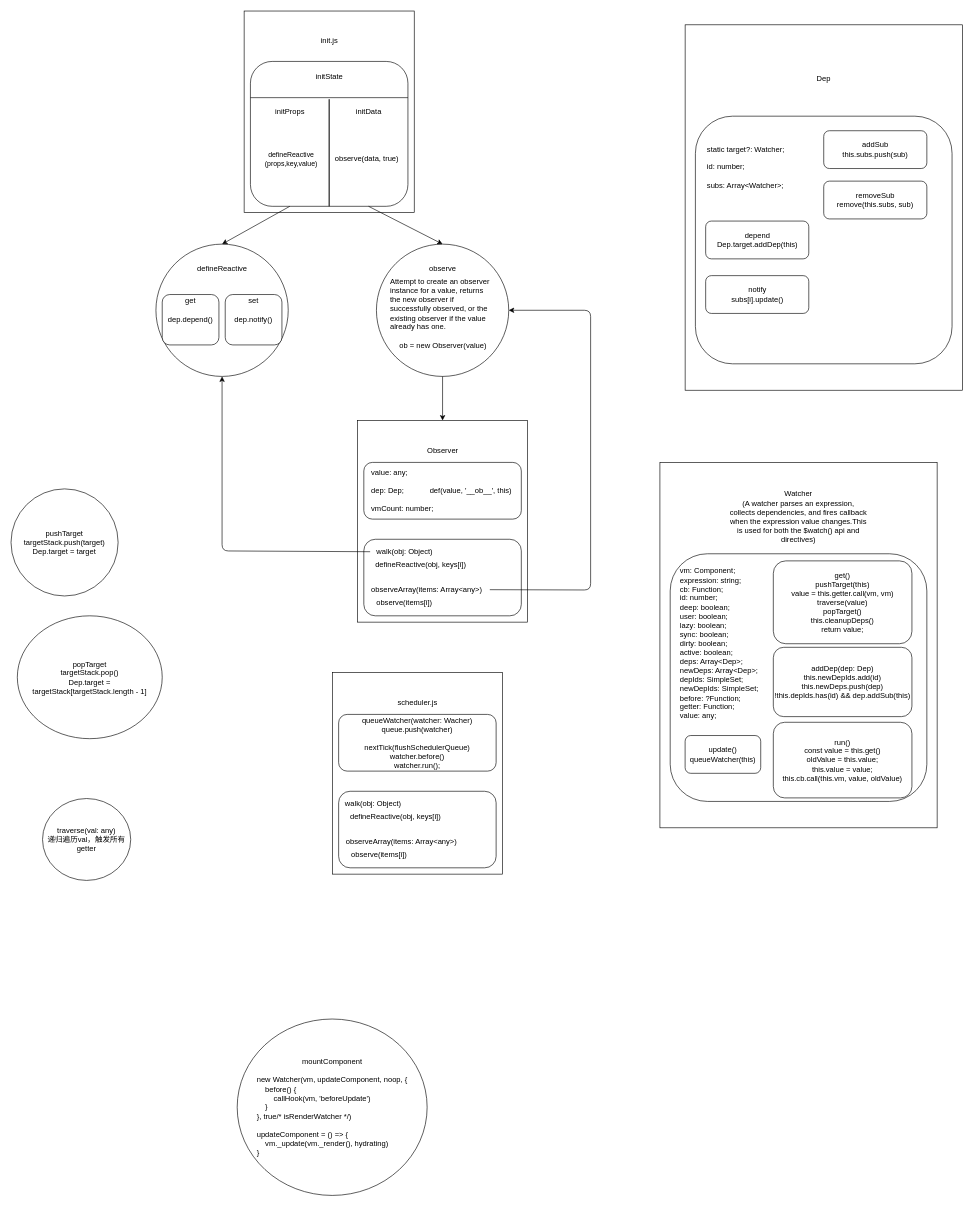
Earlier version of the draw.io diagram Untitled Diagram.drawio (asemono/noteBook). Source tidied: cells renumbered, new cells numbered last; positions are measured from the earlier drawing's top-left corner, leaving out a move shared by most shapes. Both pictures are drawn from the tidied source at 63%, with x=0, y=0 at pixel (11, 11).
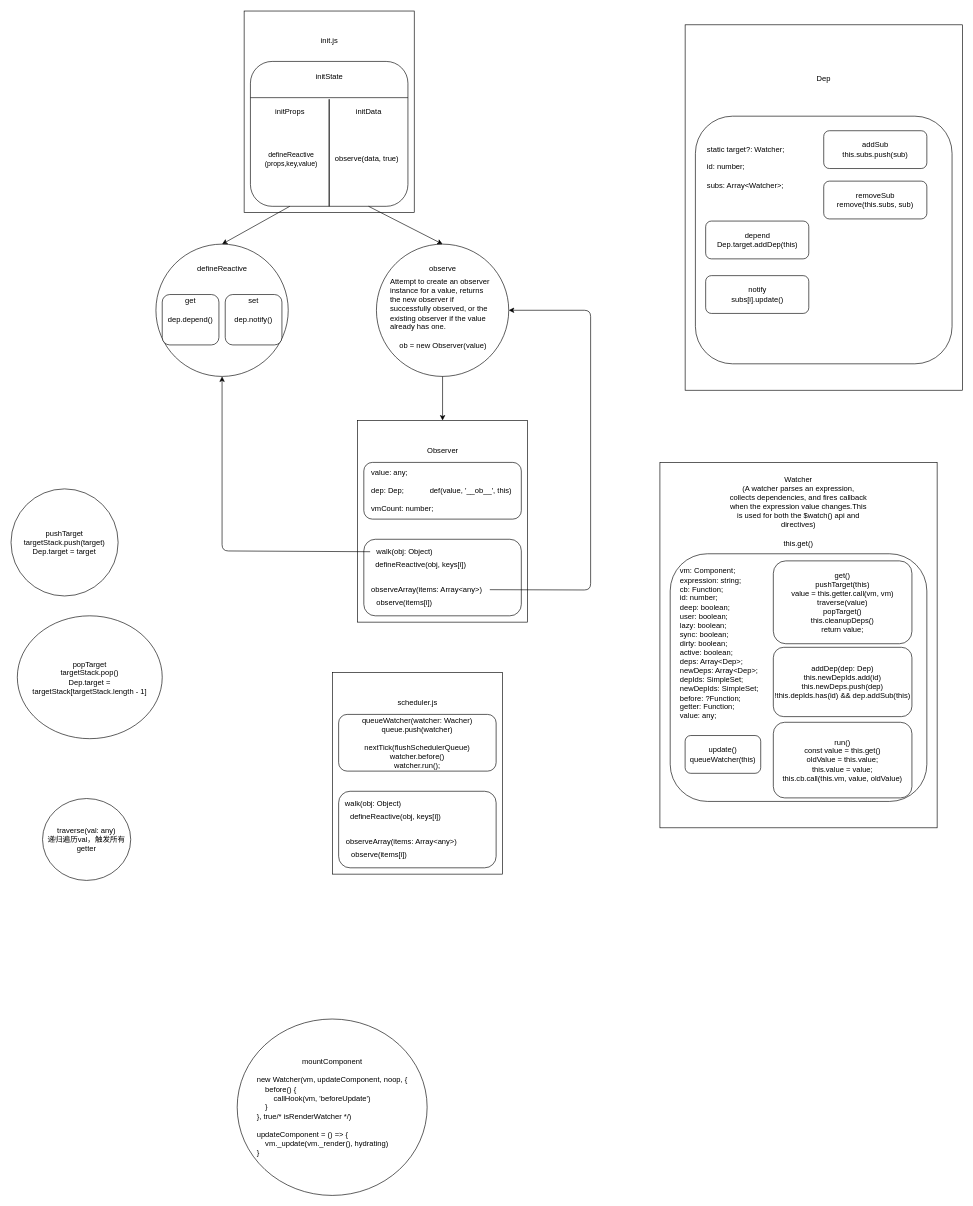
The same diagram, later.

Change to the diagram source:
```diff
@@
-    <mxCell id="54" value="Watcher&lt;br&gt;(A watcher parses an expression, collects dependencies, and fires callback when the expression value changes.This is used for both the $watch() api and directives)" style="text;html=1;strokeColor=none;fillColor=none;align=center;verticalAlign=middle;whiteSpace=wrap;rounded=0;" parent="1" vertex="1">
-      <mxGeometry x="1140" y="768.7" width="220" height="68.2" as="geometry" />
+    <mxCell id="54" value="Watcher&lt;br&gt;(A watcher parses an expression, collects dependencies, and fires callback when the expression value changes.This is used for both the $watch() api and directives)&lt;br&gt;&lt;br&gt;this.get()" style="text;html=1;strokeColor=none;fillColor=none;align=center;verticalAlign=middle;whiteSpace=wrap;rounded=0;" parent="1" vertex="1">
+      <mxGeometry x="1140" y="750" width="220" height="87" as="geometry" />
     </mxCell>
```
